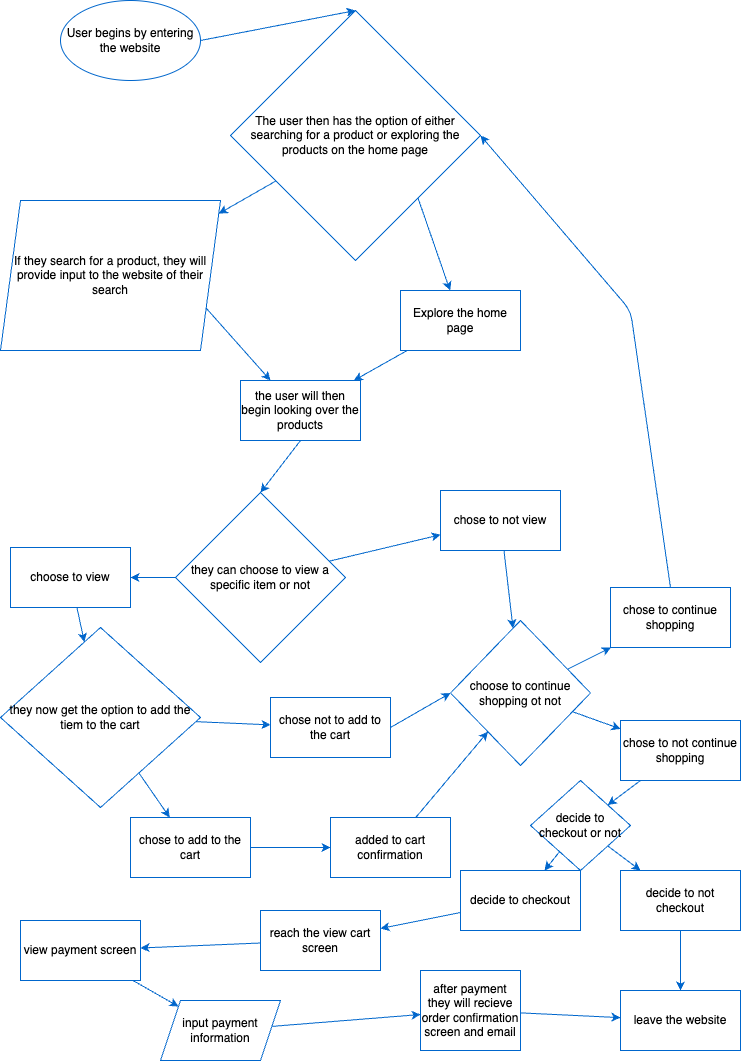
efang5/sp25-cse110-lab4 keeps this draw.io diagram as explore/diagramming/diagram.drawio.png. Above is the earlier version. Source tidied: cells renumbered, new cells last; positions are measured from the earlier drawing's top-left corner, leaving out a move shared by most shapes.
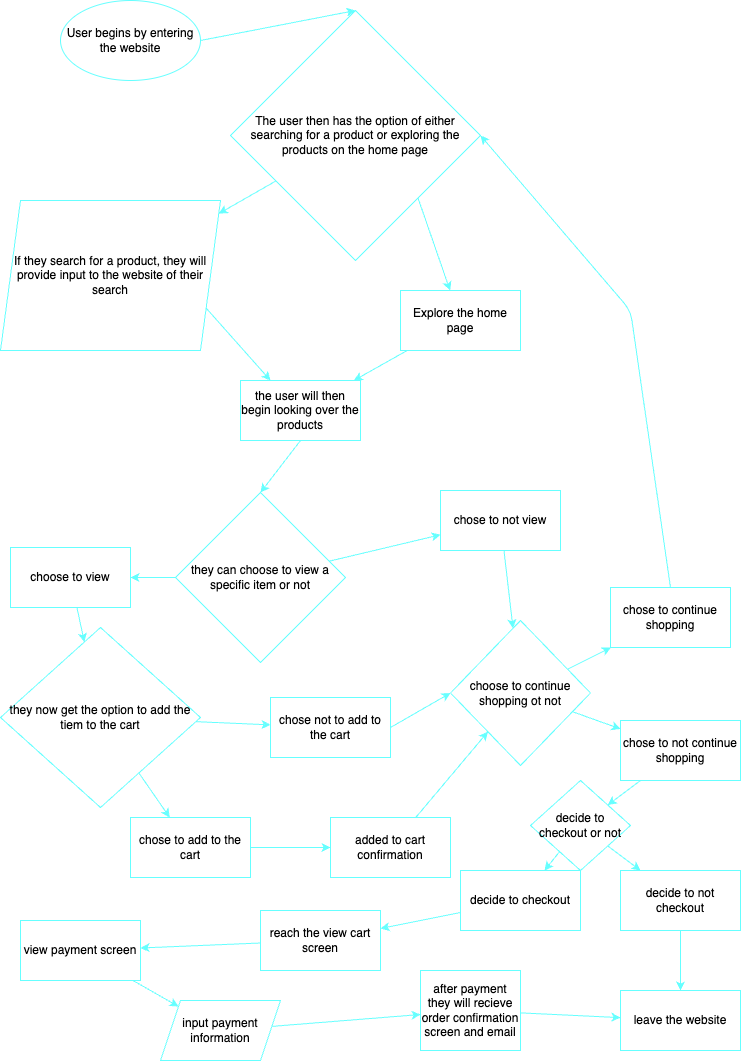
Later version of the same file.

Change to the diagram source:
```diff
@@ -2,158 +2,158 @@
   <root>
     <mxCell id="0" />
     <mxCell id="1" parent="0" />
-    <mxCell id="2" value="User begins by entering the website" style="ellipse;whiteSpace=wrap;html=1;strokeColor=#0066CC;" parent="1" vertex="1">
+    <mxCell id="2" value="User begins by entering the website" style="ellipse;whiteSpace=wrap;html=1;strokeColor=#66FFFF;" parent="1" vertex="1">
       <mxGeometry x="60" width="140" height="80" as="geometry" />
     </mxCell>
-    <mxCell id="3" style="edgeStyle=none;html=1;exitX=1;exitY=1;exitDx=0;exitDy=0;strokeColor=#0066CC;" parent="1" edge="1" source="5" target="8">
+    <mxCell id="3" style="edgeStyle=none;html=1;exitX=1;exitY=1;exitDx=0;exitDy=0;strokeColor=#66FFFF;" parent="1" edge="1" source="5" target="8">
       <mxGeometry relative="1" as="geometry" />
     </mxCell>
-    <mxCell id="4" style="edgeStyle=none;html=1;strokeColor=#0066CC;" parent="1" edge="1" source="5" target="10">
+    <mxCell id="4" style="edgeStyle=none;html=1;strokeColor=#66FFFF;" parent="1" edge="1" source="5" target="10">
       <mxGeometry relative="1" as="geometry" />
     </mxCell>
-    <mxCell id="5" value="&lt;p&gt;&lt;span style=&quot;text-align: start;&quot;&gt;The user then has the option of either searching for a product or exploring the products on the home page&lt;/span&gt;&lt;br&gt;&lt;/p&gt;" style="rhombus;whiteSpace=wrap;html=1;strokeColor=#0066CC;" parent="1" vertex="1">
+    <mxCell id="5" value="&lt;p&gt;&lt;span style=&quot;text-align: start;&quot;&gt;The user then has the option of either searching for a product or exploring the products on the home page&lt;/span&gt;&lt;br&gt;&lt;/p&gt;" style="rhombus;whiteSpace=wrap;html=1;strokeColor=#66FFFF;" parent="1" vertex="1">
       <mxGeometry x="230" y="10" width="250" height="250" as="geometry" />
     </mxCell>
-    <mxCell id="6" style="endArrow=classic;html=1;exitX=1;exitY=0.5;exitDx=0;exitDy=0;entryX=0.5;entryY=0;entryDx=0;entryDy=0;strokeColor=#0066CC;" parent="1" edge="1" source="2" target="5">
+    <mxCell id="6" style="endArrow=classic;html=1;exitX=1;exitY=0.5;exitDx=0;exitDy=0;entryX=0.5;entryY=0;entryDx=0;entryDy=0;strokeColor=#66FFFF;" parent="1" edge="1" source="2" target="5">
       <mxGeometry relative="1" as="geometry" />
     </mxCell>
-    <mxCell id="7" style="edgeStyle=none;html=1;strokeColor=#0066CC;" parent="1" edge="1" source="8" target="11">
+    <mxCell id="7" style="edgeStyle=none;html=1;strokeColor=#66FFFF;" parent="1" edge="1" source="8" target="11">
       <mxGeometry relative="1" as="geometry" />
     </mxCell>
-    <mxCell id="8" value="Explore the home page" style="whiteSpace=wrap;html=1;strokeColor=#0066CC;" parent="1" vertex="1">
+    <mxCell id="8" value="Explore the home page" style="whiteSpace=wrap;html=1;strokeColor=#66FFFF;" parent="1" vertex="1">
       <mxGeometry x="400" y="290" width="120" height="60" as="geometry" />
     </mxCell>
-    <mxCell id="9" style="edgeStyle=none;html=1;exitX=1;exitY=0.75;exitDx=0;exitDy=0;entryX=0.25;entryY=0;entryDx=0;entryDy=0;strokeColor=#0066CC;" parent="1" edge="1" source="10" target="11">
+    <mxCell id="9" style="edgeStyle=none;html=1;exitX=1;exitY=0.75;exitDx=0;exitDy=0;entryX=0.25;entryY=0;entryDx=0;entryDy=0;strokeColor=#66FFFF;" parent="1" edge="1" source="10" target="11">
       <mxGeometry relative="1" as="geometry" />
     </mxCell>
-    <mxCell id="10" value="&lt;span style=&quot;text-align: start; background-color: transparent;&quot;&gt;If they search for a product, they will provide input to the website of their search&lt;/span&gt;" style="shape=parallelogram;perimeter=parallelogramPerimeter;whiteSpace=wrap;html=1;fixedSize=1;strokeColor=#0066CC;" parent="1" vertex="1">
+    <mxCell id="10" value="&lt;span style=&quot;text-align: start; background-color: transparent;&quot;&gt;If they search for a product, they will provide input to the website of their search&lt;/span&gt;" style="shape=parallelogram;perimeter=parallelogramPerimeter;whiteSpace=wrap;html=1;fixedSize=1;strokeColor=#66FFFF;" parent="1" vertex="1">
       <mxGeometry y="200" width="220" height="150" as="geometry" />
     </mxCell>
-    <mxCell id="11" value="&lt;span style=&quot;text-align: left;&quot;&gt;the user will then begin looking over the products&lt;/span&gt;" style="whiteSpace=wrap;html=1;strokeColor=#0066CC;" parent="1" vertex="1">
+    <mxCell id="11" value="&lt;span style=&quot;text-align: left;&quot;&gt;the user will then begin looking over the products&lt;/span&gt;" style="whiteSpace=wrap;html=1;strokeColor=#66FFFF;" parent="1" vertex="1">
       <mxGeometry x="240" y="380" width="120" height="60" as="geometry" />
     </mxCell>
-    <mxCell id="12" style="edgeStyle=none;html=1;strokeColor=#0066CC;" parent="1" edge="1" source="14" target="17">
+    <mxCell id="12" style="edgeStyle=none;html=1;strokeColor=#66FFFF;" parent="1" edge="1" source="14" target="17">
       <mxGeometry relative="1" as="geometry" />
     </mxCell>
-    <mxCell id="13" style="edgeStyle=none;html=1;strokeColor=#0066CC;" parent="1" edge="1" source="14" target="19">
+    <mxCell id="13" style="edgeStyle=none;html=1;strokeColor=#66FFFF;" parent="1" edge="1" source="14" target="19">
       <mxGeometry relative="1" as="geometry" />
     </mxCell>
-    <mxCell id="14" value="they can choose to view a specific item or not" style="rhombus;whiteSpace=wrap;html=1;strokeColor=#0066CC;" parent="1" vertex="1">
+    <mxCell id="14" value="they can choose to view a specific item or not" style="rhombus;whiteSpace=wrap;html=1;strokeColor=#66FFFF;" parent="1" vertex="1">
       <mxGeometry x="175" y="492" width="170" height="170" as="geometry" />
     </mxCell>
-    <mxCell id="15" style="endArrow=classic;html=1;exitX=0.5;exitY=1;exitDx=0;exitDy=0;entryX=0.5;entryY=0;entryDx=0;entryDy=0;strokeColor=#0066CC;" parent="1" edge="1" source="11" target="14">
+    <mxCell id="15" style="endArrow=classic;html=1;exitX=0.5;exitY=1;exitDx=0;exitDy=0;entryX=0.5;entryY=0;entryDx=0;entryDy=0;strokeColor=#66FFFF;" parent="1" edge="1" source="11" target="14">
       <mxGeometry relative="1" as="geometry" />
     </mxCell>
-    <mxCell id="16" style="edgeStyle=none;html=1;strokeColor=#0066CC;" parent="1" edge="1" source="17" target="22">
+    <mxCell id="16" style="edgeStyle=none;html=1;strokeColor=#66FFFF;" parent="1" edge="1" source="17" target="22">
       <mxGeometry relative="1" as="geometry" />
     </mxCell>
-    <mxCell id="17" value="choose to view" style="whiteSpace=wrap;html=1;strokeColor=#0066CC;" parent="1" vertex="1">
+    <mxCell id="17" value="choose to view" style="whiteSpace=wrap;html=1;strokeColor=#66FFFF;" parent="1" vertex="1">
       <mxGeometry x="10" y="547" width="120" height="60" as="geometry" />
     </mxCell>
-    <mxCell id="18" style="edgeStyle=none;html=1;strokeColor=#0066CC;" parent="1" edge="1" source="19" target="26">
+    <mxCell id="18" style="edgeStyle=none;html=1;strokeColor=#66FFFF;" parent="1" edge="1" source="19" target="26">
       <mxGeometry relative="1" as="geometry" />
     </mxCell>
-    <mxCell id="19" value="chose to not view" style="whiteSpace=wrap;html=1;strokeColor=#0066CC;" parent="1" vertex="1">
+    <mxCell id="19" value="chose to not view" style="whiteSpace=wrap;html=1;strokeColor=#66FFFF;" parent="1" vertex="1">
       <mxGeometry x="440" y="490" width="120" height="60" as="geometry" />
     </mxCell>
-    <mxCell id="20" style="edgeStyle=none;html=1;strokeColor=#0066CC;" parent="1" edge="1" source="22" target="23">
+    <mxCell id="20" style="edgeStyle=none;html=1;strokeColor=#66FFFF;" parent="1" edge="1" source="22" target="23">
       <mxGeometry relative="1" as="geometry" />
     </mxCell>
-    <mxCell id="21" style="edgeStyle=none;html=1;strokeColor=#0066CC;" parent="1" edge="1" source="22" target="29">
+    <mxCell id="21" style="edgeStyle=none;html=1;strokeColor=#66FFFF;" parent="1" edge="1" source="22" target="29">
       <mxGeometry relative="1" as="geometry" />
     </mxCell>
-    <mxCell id="22" value="they now get the option to add the tiem to the cart" style="rhombus;whiteSpace=wrap;html=1;strokeColor=#0066CC;" parent="1" vertex="1">
+    <mxCell id="22" value="they now get the option to add the tiem to the cart" style="rhombus;whiteSpace=wrap;html=1;strokeColor=#66FFFF;" parent="1" vertex="1">
       <mxGeometry y="627" width="200" height="180" as="geometry" />
     </mxCell>
-    <mxCell id="23" value="chose not to add to the cart" style="whiteSpace=wrap;html=1;strokeColor=#0066CC;" parent="1" vertex="1">
+    <mxCell id="23" value="chose not to add to the cart" style="whiteSpace=wrap;html=1;strokeColor=#66FFFF;" parent="1" vertex="1">
       <mxGeometry x="270" y="697" width="120" height="60" as="geometry" />
     </mxCell>
-    <mxCell id="24" style="edgeStyle=none;html=1;strokeColor=#0066CC;" parent="1" edge="1" source="26" target="30">
+    <mxCell id="24" style="edgeStyle=none;html=1;strokeColor=#66FFFF;" parent="1" edge="1" source="26" target="30">
       <mxGeometry relative="1" as="geometry" />
     </mxCell>
-    <mxCell id="25" style="edgeStyle=none;html=1;strokeColor=#0066CC;" parent="1" edge="1" source="26" target="35">
+    <mxCell id="25" style="edgeStyle=none;html=1;strokeColor=#66FFFF;" parent="1" edge="1" source="26" target="35">
       <mxGeometry relative="1" as="geometry" />
     </mxCell>
-    <mxCell id="26" value="choose to continue shopping ot not" style="rhombus;whiteSpace=wrap;html=1;strokeColor=#0066CC;" parent="1" vertex="1">
+    <mxCell id="26" value="choose to continue shopping ot not" style="rhombus;whiteSpace=wrap;html=1;strokeColor=#66FFFF;" parent="1" vertex="1">
       <mxGeometry x="450" y="620" width="140" height="145" as="geometry" />
     </mxCell>
-    <mxCell id="27" style="endArrow=classic;html=1;exitX=1;exitY=0.5;exitDx=0;exitDy=0;entryX=0;entryY=0.5;entryDx=0;entryDy=0;strokeColor=#0066CC;" parent="1" edge="1" source="23" target="26">
+    <mxCell id="27" style="endArrow=classic;html=1;exitX=1;exitY=0.5;exitDx=0;exitDy=0;entryX=0;entryY=0.5;entryDx=0;entryDy=0;strokeColor=#66FFFF;" parent="1" edge="1" source="23" target="26">
       <mxGeometry relative="1" as="geometry" />
     </mxCell>
-    <mxCell id="28" style="edgeStyle=none;html=1;strokeColor=#0066CC;" parent="1" edge="1" source="29" target="33">
+    <mxCell id="28" style="edgeStyle=none;html=1;strokeColor=#66FFFF;" parent="1" edge="1" source="29" target="33">
       <mxGeometry relative="1" as="geometry" />
     </mxCell>
-    <mxCell id="29" value="chose to add to the cart" style="whiteSpace=wrap;html=1;strokeColor=#0066CC;" parent="1" vertex="1">
+    <mxCell id="29" value="chose to add to the cart" style="whiteSpace=wrap;html=1;strokeColor=#66FFFF;" parent="1" vertex="1">
       <mxGeometry x="130" y="817" width="120" height="60" as="geometry" />
     </mxCell>
-    <mxCell id="30" value="chose to continue shopping" style="whiteSpace=wrap;html=1;strokeColor=#0066CC;" parent="1" vertex="1">
+    <mxCell id="30" value="chose to continue shopping" style="whiteSpace=wrap;html=1;strokeColor=#66FFFF;" parent="1" vertex="1">
       <mxGeometry x="610" y="587" width="120" height="60" as="geometry" />
     </mxCell>
-    <mxCell id="31" style="endArrow=classic;html=1;exitX=0.5;exitY=0;exitDx=0;exitDy=0;entryX=1;entryY=0.5;entryDx=0;entryDy=0;strokeColor=#0066CC;" parent="1" edge="1" source="30" target="5">
+    <mxCell id="31" style="endArrow=classic;html=1;exitX=0.5;exitY=0;exitDx=0;exitDy=0;entryX=1;entryY=0.5;entryDx=0;entryDy=0;strokeColor=#66FFFF;" parent="1" edge="1" source="30" target="5">
       <mxGeometry relative="1" as="geometry">
         <Array as="points">
           <mxPoint x="630" y="310" />
         </Array>
       </mxGeometry>
     </mxCell>
-    <mxCell id="32" style="edgeStyle=none;html=1;strokeColor=#0066CC;" parent="1" edge="1" source="33" target="26">
+    <mxCell id="32" style="edgeStyle=none;html=1;strokeColor=#66FFFF;" parent="1" edge="1" source="33" target="26">
       <mxGeometry relative="1" as="geometry" />
     </mxCell>
-    <mxCell id="33" value="added to cart confirmation" style="whiteSpace=wrap;html=1;strokeColor=#0066CC;" parent="1" vertex="1">
+    <mxCell id="33" value="added to cart confirmation" style="whiteSpace=wrap;html=1;strokeColor=#66FFFF;" parent="1" vertex="1">
       <mxGeometry x="330" y="817" width="120" height="60" as="geometry" />
     </mxCell>
-    <mxCell id="34" style="edgeStyle=none;html=1;strokeColor=#0066CC;" parent="1" edge="1" source="35" target="38">
+    <mxCell id="34" style="edgeStyle=none;html=1;strokeColor=#66FFFF;" parent="1" edge="1" source="35" target="38">
       <mxGeometry relative="1" as="geometry" />
     </mxCell>
-    <mxCell id="35" value="chose to not continue shopping" style="whiteSpace=wrap;html=1;strokeColor=#0066CC;" parent="1" vertex="1">
+    <mxCell id="35" value="chose to not continue shopping" style="whiteSpace=wrap;html=1;strokeColor=#66FFFF;" parent="1" vertex="1">
       <mxGeometry x="620" y="720" width="120" height="60" as="geometry" />
     </mxCell>
-    <mxCell id="36" style="edgeStyle=none;html=1;strokeColor=#0066CC;" parent="1" edge="1" source="38" target="40">
+    <mxCell id="36" style="edgeStyle=none;html=1;strokeColor=#66FFFF;" parent="1" edge="1" source="38" target="40">
       <mxGeometry relative="1" as="geometry" />
     </mxCell>
-    <mxCell id="37" style="edgeStyle=none;html=1;strokeColor=#0066CC;" parent="1" edge="1" source="38" target="43">
+    <mxCell id="37" style="edgeStyle=none;html=1;strokeColor=#66FFFF;" parent="1" edge="1" source="38" target="43">
       <mxGeometry relative="1" as="geometry" />
     </mxCell>
-    <mxCell id="38" value="decide to checkout or not" style="rhombus;whiteSpace=wrap;html=1;strokeColor=#0066CC;" parent="1" vertex="1">
+    <mxCell id="38" value="decide to checkout or not" style="rhombus;whiteSpace=wrap;html=1;strokeColor=#66FFFF;" parent="1" vertex="1">
       <mxGeometry x="530" y="780" width="100" height="90" as="geometry" />
     </mxCell>
-    <mxCell id="39" style="edgeStyle=none;html=1;strokeColor=#0066CC;" parent="1" edge="1" source="40" target="41">
+    <mxCell id="39" style="edgeStyle=none;html=1;strokeColor=#66FFFF;" parent="1" edge="1" source="40" target="41">
       <mxGeometry relative="1" as="geometry" />
     </mxCell>
-    <mxCell id="40" value="decide to not checkout" style="whiteSpace=wrap;html=1;strokeColor=#0066CC;" parent="1" vertex="1">
+    <mxCell id="40" value="decide to not checkout" style="whiteSpace=wrap;html=1;strokeColor=#66FFFF;" parent="1" vertex="1">
       <mxGeometry x="620" y="870" width="120" height="60" as="geometry" />
     </mxCell>
-    <mxCell id="41" value="leave the website" style="whiteSpace=wrap;html=1;strokeColor=#0066CC;" parent="1" vertex="1">
+    <mxCell id="41" value="leave the website" style="whiteSpace=wrap;html=1;strokeColor=#66FFFF;" parent="1" vertex="1">
       <mxGeometry x="620" y="990" width="120" height="60" as="geometry" />
     </mxCell>
-    <mxCell id="42" style="edgeStyle=none;html=1;strokeColor=#0066CC;" parent="1" edge="1" source="43" target="45">
+    <mxCell id="42" style="edgeStyle=none;html=1;strokeColor=#66FFFF;" parent="1" edge="1" source="43" target="45">
       <mxGeometry relative="1" as="geometry" />
     </mxCell>
-    <mxCell id="43" value="decide to checkout" style="whiteSpace=wrap;html=1;strokeColor=#0066CC;" parent="1" vertex="1">
+    <mxCell id="43" value="decide to checkout" style="whiteSpace=wrap;html=1;strokeColor=#66FFFF;" parent="1" vertex="1">
       <mxGeometry x="460" y="870" width="120" height="60" as="geometry" />
     </mxCell>
-    <mxCell id="44" style="edgeStyle=none;html=1;strokeColor=#0066CC;" parent="1" edge="1" source="45" target="47">
+    <mxCell id="44" style="edgeStyle=none;html=1;strokeColor=#66FFFF;" parent="1" edge="1" source="45" target="47">
       <mxGeometry relative="1" as="geometry" />
     </mxCell>
-    <mxCell id="45" value="reach the view cart screen" style="whiteSpace=wrap;html=1;strokeColor=#0066CC;" parent="1" vertex="1">
+    <mxCell id="45" value="reach the view cart screen" style="whiteSpace=wrap;html=1;strokeColor=#66FFFF;" parent="1" vertex="1">
       <mxGeometry x="260" y="910" width="120" height="60" as="geometry" />
     </mxCell>
-    <mxCell id="46" style="edgeStyle=none;html=1;strokeColor=#0066CC;" parent="1" edge="1" source="47" target="49">
+    <mxCell id="46" style="edgeStyle=none;html=1;strokeColor=#66FFFF;" parent="1" edge="1" source="47" target="49">
       <mxGeometry relative="1" as="geometry" />
     </mxCell>
-    <mxCell id="47" value="view payment screen" style="whiteSpace=wrap;html=1;strokeColor=#0066CC;" parent="1" vertex="1">
+    <mxCell id="47" value="view payment screen" style="whiteSpace=wrap;html=1;strokeColor=#66FFFF;" parent="1" vertex="1">
       <mxGeometry x="20" y="920" width="120" height="60" as="geometry" />
     </mxCell>
-    <mxCell id="48" style="edgeStyle=none;html=1;strokeColor=#0066CC;" parent="1" edge="1" source="49" target="51">
+    <mxCell id="48" style="edgeStyle=none;html=1;strokeColor=#66FFFF;" parent="1" edge="1" source="49" target="51">
       <mxGeometry relative="1" as="geometry" />
     </mxCell>
-    <mxCell id="49" value="input payment information" style="shape=parallelogram;perimeter=parallelogramPerimeter;whiteSpace=wrap;html=1;fixedSize=1;strokeColor=#0066CC;" parent="1" vertex="1">
+    <mxCell id="49" value="input payment information" style="shape=parallelogram;perimeter=parallelogramPerimeter;whiteSpace=wrap;html=1;fixedSize=1;strokeColor=#66FFFF;" parent="1" vertex="1">
       <mxGeometry x="160" y="1000" width="120" height="60" as="geometry" />
     </mxCell>
-    <mxCell id="50" style="edgeStyle=none;html=1;strokeColor=#0066CC;" parent="1" edge="1" source="51" target="41">
+    <mxCell id="50" style="edgeStyle=none;html=1;strokeColor=#66FFFF;" parent="1" edge="1" source="51" target="41">
       <mxGeometry relative="1" as="geometry" />
     </mxCell>
-    <mxCell id="51" value="after payment they will recieve order confirmation screen and email" style="whiteSpace=wrap;html=1;strokeColor=#0066CC;" parent="1" vertex="1">
+    <mxCell id="51" value="after payment they will recieve order confirmation screen and email" style="whiteSpace=wrap;html=1;strokeColor=#66FFFF;" parent="1" vertex="1">
       <mxGeometry x="420" y="970" width="100" height="80" as="geometry" />
     </mxCell>
   </root>
```
